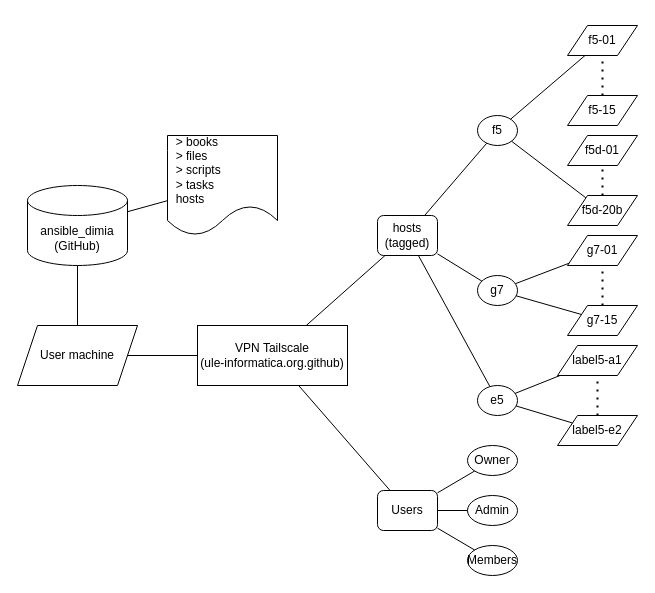
The draw.io diagram images/diagramLabs.drawio in mcasl/ansible_dimia, before the edit. Source tidied: cells renumbered, new cells numbered last; positions are measured from the earlier drawing's top-left corner, leaving out a move shared by most shapes. Both pictures are drawn from the tidied source at 100%, with x=0, y=0 at pixel (17, 25).
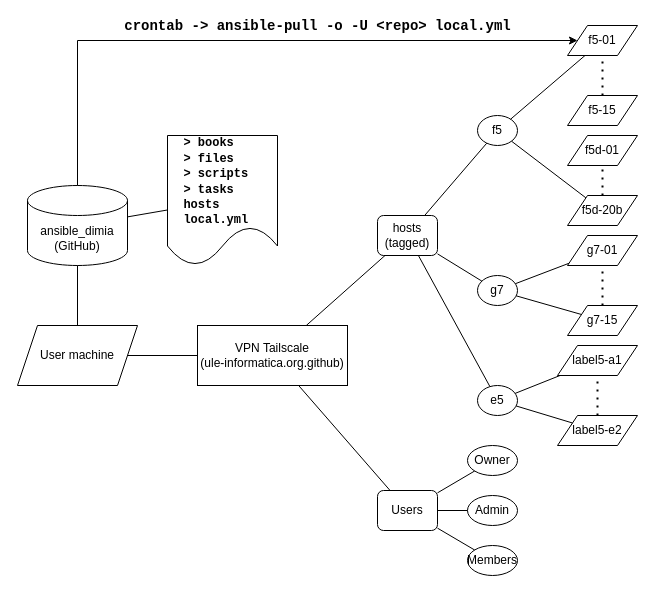
The same page after the edit.

The change refers to these unchanged cells:
```xml
<mxCell id="5" value="f5-01" style="shape=parallelogram;perimeter=parallelogramPerimeter;whiteSpace=wrap;html=1;fixedSize=1;" parent="1" vertex="1">
  <mxGeometry x="550" width="70" height="30" as="geometry" />
</mxCell>
<mxCell id="24" value="ansible_dimia&lt;div&gt;(GitHub)&lt;/div&gt;" style="shape=cylinder3;whiteSpace=wrap;html=1;boundedLbl=1;backgroundOutline=1;size=15;" parent="1" vertex="1">
  <mxGeometry x="10" y="160" width="100" height="80" as="geometry" />
</mxCell>
```

Change to the diagram source:
```diff
@@
-    <mxCell id="41" value="&amp;nbsp; &amp;gt; books&lt;div&gt;&amp;nbsp; &amp;gt; files&lt;/div&gt;&lt;div&gt;&amp;nbsp; &amp;gt; scripts&lt;/div&gt;&lt;div&gt;&amp;nbsp; &amp;gt; tasks&lt;/div&gt;&lt;div&gt;&amp;nbsp; hosts&lt;/div&gt;" style="shape=document;whiteSpace=wrap;html=1;boundedLbl=1;align=left;" parent="1" vertex="1">
-      <mxGeometry x="150" y="110" width="110" height="100" as="geometry" />
+    <mxCell id="41" value="&lt;font face=&quot;Courier New&quot;&gt;&lt;b&gt;&amp;nbsp; &amp;gt; books&lt;/b&gt;&lt;/font&gt;&lt;div&gt;&lt;font face=&quot;Courier New&quot;&gt;&lt;b&gt;&amp;nbsp; &amp;gt; files&lt;/b&gt;&lt;/font&gt;&lt;/div&gt;&lt;div&gt;&lt;font face=&quot;Courier New&quot;&gt;&lt;b&gt;&amp;nbsp; &amp;gt; scripts&lt;/b&gt;&lt;/font&gt;&lt;/div&gt;&lt;div&gt;&lt;font face=&quot;Courier New&quot;&gt;&lt;b&gt;&amp;nbsp; &amp;gt; tasks&lt;/b&gt;&lt;/font&gt;&lt;/div&gt;&lt;div&gt;&lt;font face=&quot;Courier New&quot;&gt;&lt;b&gt;&amp;nbsp; hosts&lt;/b&gt;&lt;/font&gt;&lt;/div&gt;&lt;div&gt;&lt;font face=&quot;Courier New&quot;&gt;&lt;b&gt;&amp;nbsp; local.yml&lt;/b&gt;&lt;/font&gt;&lt;/div&gt;" style="shape=document;whiteSpace=wrap;html=1;boundedLbl=1;align=left;" parent="1" vertex="1">
+      <mxGeometry x="150" y="110" width="110" height="130" as="geometry" />
     </mxCell>
@@
+    <mxCell id="43" style="endArrow=classic;html=1;rounded=0;" parent="1" edge="1" source="24" target="5">
+      <mxGeometry relative="1" as="geometry">
+        <Array as="points">
+          <mxPoint x="60" y="15" />
+        </Array>
+      </mxGeometry>
+    </mxCell>
+    <mxCell id="44" value="&lt;font face=&quot;Courier New&quot; style=&quot;font-size: 14px;&quot;&gt;&lt;b&gt;crontab -&amp;gt; ansible-pull -o -U &amp;lt;repo&amp;gt; local.yml&lt;/b&gt;&lt;/font&gt;" style="edgeLabel;html=1;align=center;verticalAlign=middle;" parent="43" vertex="1">
+      <mxGeometry x="-0.01" y="2" relative="1" as="geometry">
+        <mxPoint x="65" y="-13" as="offset" />
+      </mxGeometry>
+    </mxCell>
```
